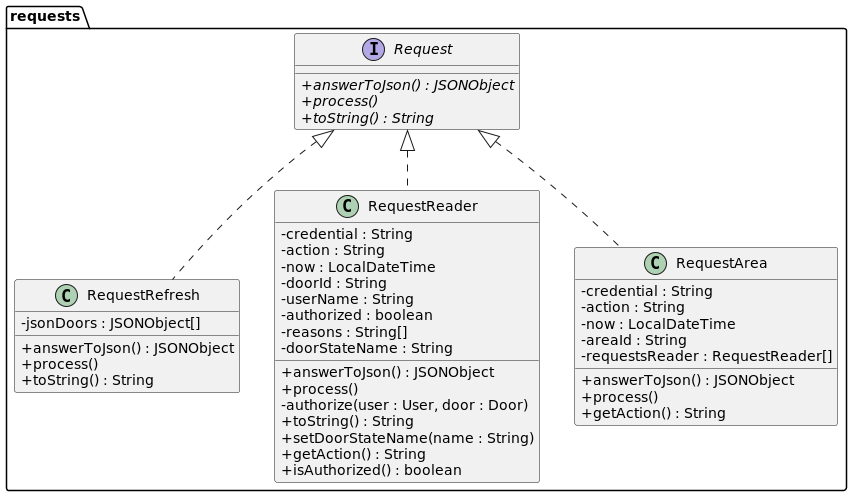
The PlantUML diagram out/production/acs/baseNoStates/uml/package_requests.png in MC4MP02/ACS, before a commit.
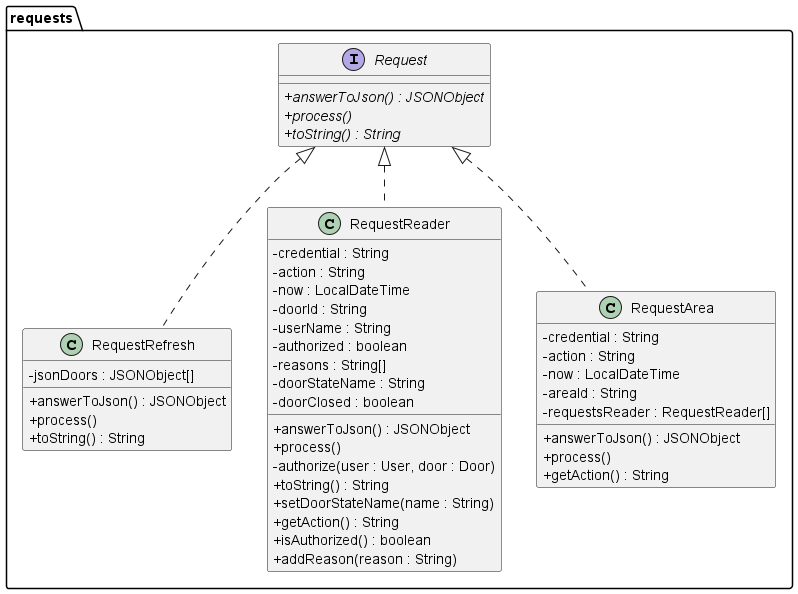
After the change.

Change to the diagram source:
```diff
@@ -24,6 +24,7 @@
     - authorized : boolean
     - reasons : String[]
     - doorStateName : String
+    - doorClosed : boolean
     + answerToJson() : JSONObject
     + process()
     - authorize(user : User, door : Door)
@@ -31,6 +32,7 @@
     + setDoorStateName(name : String)
     + getAction() : String
     + isAuthorized() : boolean
+    + addReason(reason : String)
     }
 
     class RequestArea implements Request {
@@ -42,7 +44,7 @@
     + answerToJson() : JSONObject
     + process()
     + getAction() : String
-    }
+ }
 }
 
 
```
